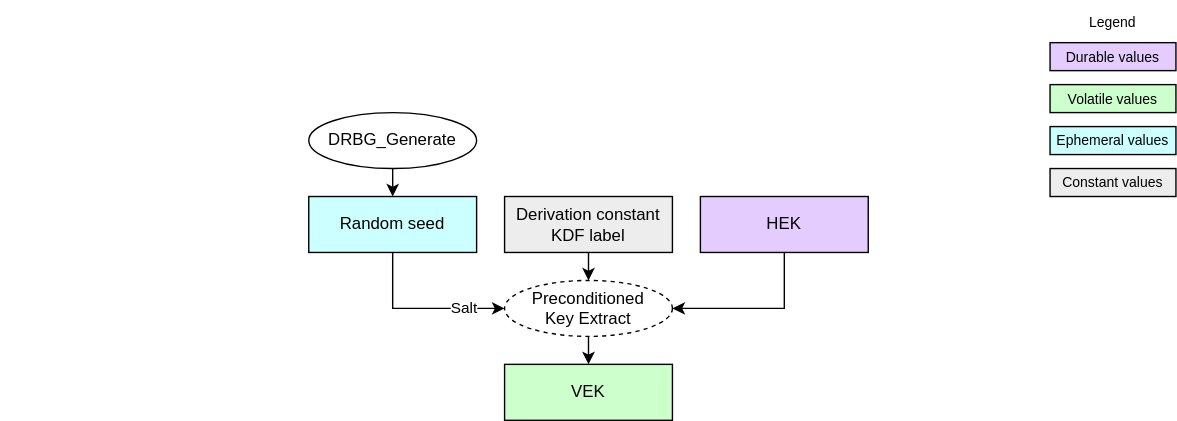
Earlier version of the draw.io export doc/ocp_lock/diagrams/vek_generation.drawio.svg (chipsalliance/Caliptra). Source tidied: cells renumbered, new cells last; positions are measured from the earlier drawing's top-left corner, leaving out a move shared by most shapes.
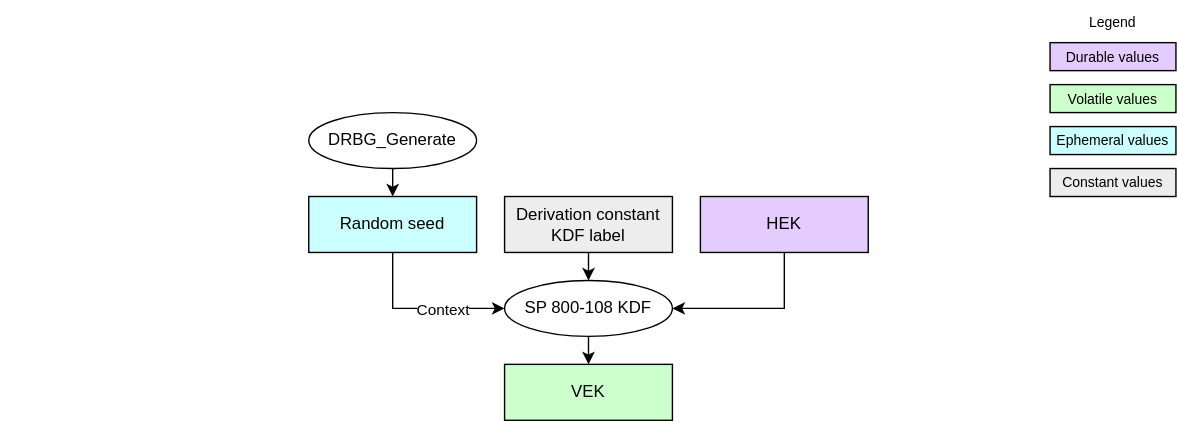
The same diagram one commit later.

Commit message:
Simplify LOCK to avoid use of preconditioned-key-extract. (#553)

Change to the diagram source:
```diff
@@ -8,8 +8,10 @@
     <mxCell id="3" style="edgeStyle=orthogonalEdgeStyle;html=1;exitX=0.5;exitY=1;exitDx=0;exitDy=0;entryX=0;entryY=0.5;entryDx=0;entryDy=0;rounded=0;" parent="1" edge="1" source="5" target="14">
       <mxGeometry relative="1" as="geometry" />
     </mxCell>
-    <mxCell id="4" value="Salt" style="edgeLabel;html=1;align=center;verticalAlign=middle;" parent="3" vertex="1">
-      <mxGeometry x="0.5" y="1" relative="1" as="geometry" />
+    <mxCell id="4" value="Context" style="edgeLabel;html=1;align=center;verticalAlign=middle;" parent="3" vertex="1">
+      <mxGeometry x="0.07" y="-1" relative="1" as="geometry">
+        <mxPoint x="11" y="-1" as="offset" />
+      </mxGeometry>
     </mxCell>
     <mxCell id="5" value="&lt;div&gt;&lt;font color=&quot;#000000&quot;&gt;Random seed&lt;/font&gt;&lt;/div&gt;" style="rounded=0;whiteSpace=wrap;html=1;align=center;verticalAlign=middle;shadow=0;glass=0;spacingLeft=0;spacingBottom=0;spacingTop=0;fillColor=#CCFFFF;" parent="1" vertex="1">
       <mxGeometry x="220" y="140" width="120" height="40" as="geometry" />
@@ -38,7 +40,7 @@
     <mxCell id="13" style="edgeStyle=none;html=1;exitX=0.5;exitY=1;exitDx=0;exitDy=0;entryX=0.5;entryY=0;entryDx=0;entryDy=0;" parent="1" edge="1" source="14" target="6">
       <mxGeometry relative="1" as="geometry" />
     </mxCell>
-    <mxCell id="14" value="Preconditioned&lt;div&gt;Key Extract&lt;/div&gt;" style="ellipse;whiteSpace=wrap;html=1;fillColor=#FFFFFF;dashed=1;" parent="1" vertex="1">
+    <mxCell id="14" value="SP 800-108 KDF" style="ellipse;whiteSpace=wrap;html=1;fillColor=#FFFFFF;" parent="1" vertex="1">
       <mxGeometry x="360" y="200" width="120" height="40" as="geometry" />
     </mxCell>
     <mxCell id="15" value="&lt;div&gt;&lt;font color=&quot;#000000&quot;&gt;Ephemeral values&lt;/font&gt;&lt;/div&gt;" style="rounded=0;whiteSpace=wrap;html=1;align=center;verticalAlign=middle;shadow=0;glass=0;spacingLeft=0;spacingBottom=0;spacingTop=0;fillColor=#CCFFFF;fontSize=10;" parent="1" vertex="1">
@@ -50,7 +52,7 @@
     <mxCell id="17" style="edgeStyle=none;html=1;exitX=0.5;exitY=1;exitDx=0;exitDy=0;entryX=0.5;entryY=0;entryDx=0;entryDy=0;" parent="1" edge="1" source="18" target="14">
       <mxGeometry relative="1" as="geometry" />
     </mxCell>
-    <mxCell id="18" value="&lt;div&gt;&lt;font color=&quot;#000000&quot;&gt;Derivation constant KDF label&lt;/font&gt;&lt;/div&gt;" style="rounded=0;whiteSpace=wrap;html=1;align=center;verticalAlign=middle;shadow=0;glass=0;spacingLeft=0;spacingBottom=0;spacingTop=0;fillColor=#EDEDED;" parent="1" vertex="1">
+    <mxCell id="18" value="&lt;div&gt;&lt;font color=&quot;#000000&quot;&gt;Derivation constant&lt;/font&gt;&lt;/div&gt;&lt;div&gt;&lt;font color=&quot;#000000&quot;&gt;KDF label&lt;/font&gt;&lt;/div&gt;" style="rounded=0;whiteSpace=wrap;html=1;align=center;verticalAlign=middle;shadow=0;glass=0;spacingLeft=0;spacingBottom=0;spacingTop=0;fillColor=#EDEDED;" parent="1" vertex="1">
       <mxGeometry x="360" y="140" width="120" height="40" as="geometry" />
     </mxCell>
     <mxCell id="19" value="&lt;div&gt;&lt;font color=&quot;#000000&quot;&gt;Constant values&lt;/font&gt;&lt;/div&gt;" style="rounded=0;whiteSpace=wrap;html=1;align=center;verticalAlign=middle;shadow=0;glass=0;spacingLeft=0;spacingBottom=0;spacingTop=0;fillColor=#EDEDED;fontSize=10;" parent="1" vertex="1">
```
